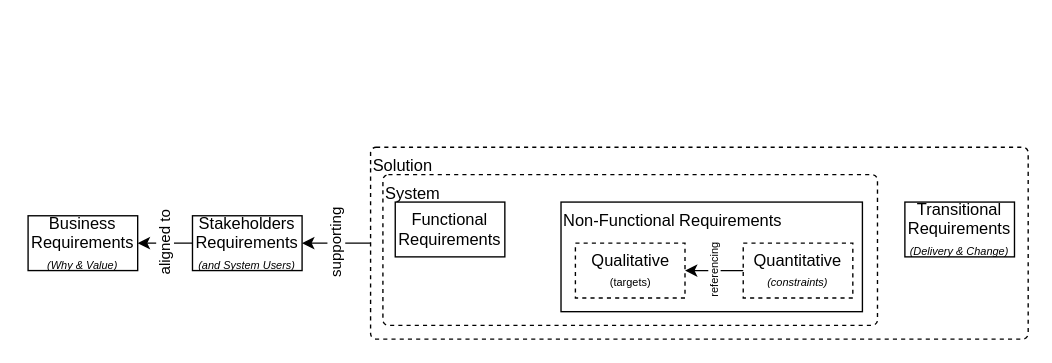
skysgh/SysDelivery.Guidance keeps this draw.io diagram as 97.Resources/Diagrams/31.Systems/21.Service/31.Information View/11.Information View [Requirements]/Information View - Requirements - Requirement Types.drawio. Above is the earlier version. Source tidied: cells renumbered, new cells numbered last; positions are measured from the earlier drawing's top-left corner, leaving out a move shared by most shapes. Both pictures are drawn from the tidied source at 137%, with x=0, y=0 at pixel (27, 147).
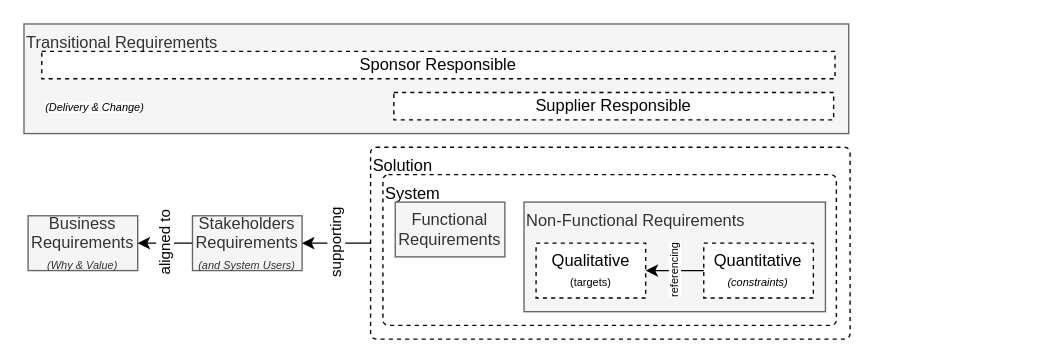
The same diagram, later.

Change to the diagram source:
```diff
@@
 <mxGraphModel>
   <root>
     <mxCell id="0" />
     <mxCell id="1" parent="0" />
-    <mxCell id="2" value="Business&lt;br&gt;Requirements&lt;br&gt;&lt;font style=&quot;font-size: 8px;&quot;&gt;&lt;i&gt;(Why &amp;amp; Value)&lt;/i&gt;&lt;/font&gt;" style="rounded=0;whiteSpace=wrap;html=1;" parent="1" vertex="1">
+    <mxCell id="2" value="Business&lt;br&gt;Requirements&lt;br&gt;&lt;font style=&quot;font-size: 8px;&quot;&gt;&lt;i&gt;(Why &amp;amp; Value)&lt;/i&gt;&lt;/font&gt;" style="rounded=0;whiteSpace=wrap;html=1;fillColor=#f5f5f5;fontColor=#333333;strokeColor=#666666;" parent="1" vertex="1">
       <mxGeometry y="50" width="80" height="40" as="geometry" />
     </mxCell>
     <mxCell id="3" value="aligned to" style="edgeStyle=orthogonalEdgeStyle;rounded=0;jettySize=auto;html=1;entryX=1;entryY=0.5;entryDx=0;entryDy=0;horizontal=0;" parent="1" edge="1" source="4" target="2">
       <mxGeometry relative="1" as="geometry" />
     </mxCell>
-    <mxCell id="4" value="Stakeholders&lt;br&gt;Requirements&lt;br&gt;&lt;font style=&quot;font-size: 8px;&quot;&gt;&lt;i&gt;(and System Users)&lt;/i&gt;&lt;/font&gt;" style="rounded=0;whiteSpace=wrap;html=1;" parent="1" vertex="1">
+    <mxCell id="4" value="Stakeholders&lt;br&gt;Requirements&lt;br&gt;&lt;font style=&quot;font-size: 8px;&quot;&gt;&lt;i&gt;(and System Users)&lt;/i&gt;&lt;/font&gt;" style="rounded=0;whiteSpace=wrap;html=1;fillColor=#f5f5f5;fontColor=#333333;strokeColor=#666666;" parent="1" vertex="1">
       <mxGeometry x="120" y="50" width="80" height="40" as="geometry" />
     </mxCell>
     <mxCell id="5" value="Solution" style="rounded=1;whiteSpace=wrap;html=1;arcSize=8;absoluteArcSize=1;dashed=1;align=left;verticalAlign=top;" parent="1" vertex="1">
-      <mxGeometry x="250" width="480" height="140" as="geometry" />
+      <mxGeometry x="250" width="350" height="140" as="geometry" />
     </mxCell>
     <mxCell id="6" value="System" style="rounded=1;whiteSpace=wrap;html=1;arcSize=8;absoluteArcSize=1;dashed=1;align=left;verticalAlign=top;" parent="5" vertex="1">
-      <mxGeometry x="9" y="20" width="361" height="110" as="geometry" />
+      <mxGeometry x="9" y="20" width="331" height="110" as="geometry" />
     </mxCell>
-    <mxCell id="7" value="Functional&lt;br&gt;Requirements" style="rounded=0;whiteSpace=wrap;html=1;" parent="6" vertex="1">
+    <mxCell id="7" value="Functional&lt;br&gt;Requirements" style="rounded=0;whiteSpace=wrap;html=1;fillColor=#f5f5f5;fontColor=#333333;strokeColor=#666666;" parent="6" vertex="1">
       <mxGeometry x="9" y="20" width="80" height="40" as="geometry" />
     </mxCell>
-    <mxCell id="8" value="Non-Functional Requirements" style="rounded=0;whiteSpace=wrap;html=1;align=left;verticalAlign=top;" parent="6" vertex="1">
-      <mxGeometry x="130" y="20" width="220" height="80" as="geometry" />
+    <mxCell id="8" value="Non-Functional Requirements" style="rounded=0;whiteSpace=wrap;html=1;align=left;verticalAlign=top;fillColor=#f5f5f5;fontColor=#333333;strokeColor=#666666;" parent="6" vertex="1">
+      <mxGeometry x="103" y="20" width="220" height="80" as="geometry" />
     </mxCell>
-    <mxCell id="9" value="Qualitative&lt;br&gt;&lt;font style=&quot;font-size: 8px;&quot;&gt;(targets)&lt;/font&gt;" style="rounded=0;whiteSpace=wrap;html=1;dashed=1;" parent="6" vertex="1">
-      <mxGeometry x="140.5" y="50" width="80" height="40" as="geometry" />
+    <mxCell id="9" value="Qualitative&lt;br&gt;&lt;font style=&quot;font-size: 8px;&quot;&gt;(targets)&lt;/font&gt;" style="rounded=0;whiteSpace=wrap;html=1;dashed=1;" parent="8" vertex="1">
+      <mxGeometry x="8.8" y="30" width="80" height="40" as="geometry" />
     </mxCell>
-    <mxCell id="10" value="Quantitative&lt;br&gt;&lt;i&gt;&lt;font style=&quot;font-size: 8px;&quot;&gt;(constraints)&lt;/font&gt;&lt;/i&gt;" style="rounded=0;whiteSpace=wrap;html=1;dashed=1;" parent="6" vertex="1">
-      <mxGeometry x="263" y="50" width="80" height="40" as="geometry" />
+    <mxCell id="10" value="Quantitative&lt;br&gt;&lt;i&gt;&lt;font style=&quot;font-size: 8px;&quot;&gt;(constraints)&lt;/font&gt;&lt;/i&gt;" style="rounded=0;whiteSpace=wrap;html=1;dashed=1;" parent="8" vertex="1">
+      <mxGeometry x="131.2" y="30" width="80" height="40" as="geometry" />
     </mxCell>
-    <mxCell id="11" value="referencing" style="edgeStyle=orthogonalEdgeStyle;rounded=0;jettySize=auto;html=1;entryX=1;entryY=0.5;entryDx=0;entryDy=0;fontSize=8;horizontal=0;" parent="6" edge="1" source="10" target="9">
+    <mxCell id="11" value="referencing" style="edgeStyle=orthogonalEdgeStyle;rounded=0;jettySize=auto;html=1;entryX=1;entryY=0.5;entryDx=0;entryDy=0;fontSize=8;horizontal=0;" parent="8" edge="1" source="10" target="9">
       <mxGeometry relative="1" as="geometry" />
     </mxCell>
-    <mxCell id="12" value="Transitional&lt;br&gt;Requirements&lt;br&gt;&lt;font size=&quot;1&quot; style=&quot;&quot;&gt;&lt;i style=&quot;font-size: 8px;&quot;&gt;(Delivery &amp;amp; Change)&lt;/i&gt;&lt;/font&gt;" style="rounded=0;whiteSpace=wrap;html=1;" parent="1" vertex="1">
-      <mxGeometry x="640" y="40" width="80" height="40" as="geometry" />
-    </mxCell>
     <mxCell id="13" value="supporting" style="edgeStyle=orthogonalEdgeStyle;rounded=0;jettySize=auto;html=1;horizontal=0;exitX=0;exitY=0.5;exitDx=0;exitDy=0;" parent="1" edge="1" source="5" target="4">
       <mxGeometry relative="1" as="geometry" />
     </mxCell>
+    <mxCell id="14" value="Transitional Requirements" style="rounded=0;whiteSpace=wrap;html=1;arcSize=8;absoluteArcSize=1;align=left;verticalAlign=top;fillColor=#f5f5f5;fontColor=#333333;strokeColor=#666666;" parent="1" vertex="1">
+      <mxGeometry x="-3" y="-90" width="602" height="80" as="geometry" />
+    </mxCell>
+    <mxCell id="15" value="Supplier Responsible" style="rounded=0;whiteSpace=wrap;html=1;dashed=1;" parent="14" vertex="1">
+      <mxGeometry x="270" y="50" width="321" height="20" as="geometry" />
+    </mxCell>
+    <mxCell id="16" value="&lt;i style=&quot;border-color: var(--border-color); color: rgb(0, 0, 0); font-family: Helvetica; font-variant-ligatures: normal; font-variant-caps: normal; font-weight: 400; letter-spacing: normal; orphans: 2; text-align: center; text-indent: 0px; text-transform: none; widows: 2; word-spacing: 0px; -webkit-text-stroke-width: 0px; background-color: rgb(251, 251, 251); text-decoration-thickness: initial; text-decoration-style: initial; text-decoration-color: initial; font-size: 8px;&quot;&gt;(Delivery &amp;amp; Change)&lt;/i&gt;" style="text;html=1;strokeColor=none;fillColor=none;align=center;verticalAlign=middle;whiteSpace=wrap;rounded=0;" parent="14" vertex="1">
+      <mxGeometry x="12" y="55" width="80" height="10" as="geometry" />
+    </mxCell>
+    <mxCell id="17" value="Sponsor Responsible" style="rounded=0;whiteSpace=wrap;html=1;dashed=1;" parent="1" vertex="1">
+      <mxGeometry x="10" y="-70" width="579" height="20" as="geometry" />
+    </mxCell>
   </root>
 </mxGraphModel>
```
